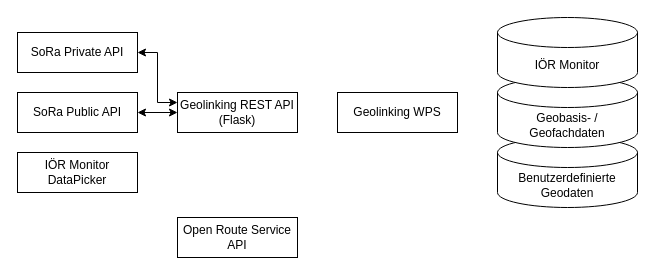
The draw.io diagram sora/sora_geolinking_network.drawio in traveller195/draw_io, before the edit. Source tidied: cells renumbered, new cells numbered last; positions are measured from the earlier drawing's top-left corner, leaving out a move shared by most shapes. Both pictures are drawn from the tidied source at 100%, with x=0, y=0 at pixel (17, 17).
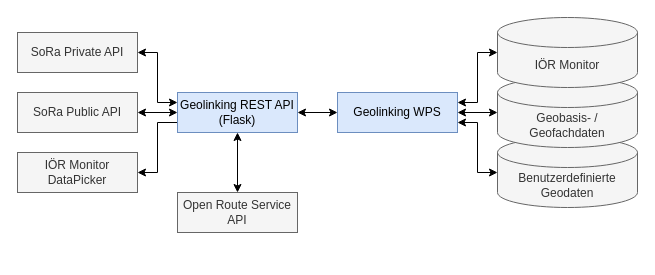
Above is the later version.

Diff of the diagram source:
```diff
@@
 <mxGraphModel>
   <root>
     <mxCell id="0" />
     <mxCell id="1" parent="0" />
-    <mxCell id="2" value="Benutzerdefinierte Geodaten" style="shape=cylinder3;whiteSpace=wrap;html=1;boundedLbl=1;backgroundOutline=1;size=15;" parent="1" vertex="1">
+    <mxCell id="2" value="Benutzerdefinierte Geodaten" style="shape=cylinder3;whiteSpace=wrap;html=1;boundedLbl=1;backgroundOutline=1;size=15;fillColor=#f5f5f5;fontColor=#333333;strokeColor=#666666;" parent="1" vertex="1">
       <mxGeometry x="480" y="120" width="140" height="70" as="geometry" />
     </mxCell>
     <mxCell id="3" style="edgeStyle=orthogonalEdgeStyle;rounded=0;jettySize=auto;html=1;exitX=1;exitY=0.5;exitDx=0;exitDy=0;entryX=0;entryY=0.25;entryDx=0;entryDy=0;startArrow=classic;startFill=1;" parent="1" edge="1" source="4" target="9">
       <mxGeometry relative="1" as="geometry" />
     </mxCell>
-    <mxCell id="4" value="SoRa Private API" style="rounded=0;whiteSpace=wrap;html=1;" parent="1" vertex="1">
+    <mxCell id="4" value="SoRa Private API" style="rounded=0;whiteSpace=wrap;html=1;fillColor=#f5f5f5;fontColor=#333333;strokeColor=#666666;" parent="1" vertex="1">
       <mxGeometry y="15" width="120" height="40" as="geometry" />
     </mxCell>
     <mxCell id="5" style="edgeStyle=orthogonalEdgeStyle;rounded=0;jettySize=auto;html=1;exitX=1;exitY=0.5;exitDx=0;exitDy=0;entryX=0;entryY=0.5;entryDx=0;entryDy=0;startArrow=classic;startFill=1;" parent="1" edge="1" source="6" target="9">
       <mxGeometry relative="1" as="geometry" />
     </mxCell>
-    <mxCell id="6" value="SoRa Public API" style="rounded=0;whiteSpace=wrap;html=1;" parent="1" vertex="1">
+    <mxCell id="6" value="SoRa Public API" style="rounded=0;whiteSpace=wrap;html=1;fillColor=#f5f5f5;fontColor=#333333;strokeColor=#666666;" parent="1" vertex="1">
       <mxGeometry y="75" width="120" height="40" as="geometry" />
     </mxCell>
-    <mxCell id="7" value="IÖR Monitor DataPicker" style="rounded=0;whiteSpace=wrap;html=1;" parent="1" vertex="1">
+    <mxCell id="7" value="IÖR Monitor DataPicker" style="rounded=0;whiteSpace=wrap;html=1;fillColor=#f5f5f5;fontColor=#333333;strokeColor=#666666;" parent="1" vertex="1">
       <mxGeometry y="135" width="120" height="40" as="geometry" />
     </mxCell>
-    <mxCell id="8" value="Open Route Service API" style="rounded=0;whiteSpace=wrap;html=1;" parent="1" vertex="1">
-      <mxGeometry x="160" y="200" width="120" height="40" as="geometry" />
+    <mxCell id="8" value="Open Route Service API" style="rounded=0;whiteSpace=wrap;html=1;fillColor=#f5f5f5;fontColor=#333333;strokeColor=#666666;" parent="1" vertex="1">
+      <mxGeometry x="160" y="175" width="120" height="40" as="geometry" />
     </mxCell>
+    <mxCell id="13" style="edgeStyle=orthogonalEdgeStyle;rounded=0;jettySize=auto;html=1;exitX=0;exitY=0.75;exitDx=0;exitDy=0;entryX=1;entryY=0.5;entryDx=0;entryDy=0;" parent="1" edge="1" source="9" target="7">
+      <mxGeometry relative="1" as="geometry" />
+    </mxCell>
+    <mxCell id="14" style="edgeStyle=orthogonalEdgeStyle;rounded=0;jettySize=auto;html=1;exitX=1;exitY=0.5;exitDx=0;exitDy=0;entryX=0;entryY=0.5;entryDx=0;entryDy=0;startArrow=classic;startFill=1;" parent="1" edge="1" source="9" target="10">
+      <mxGeometry relative="1" as="geometry" />
+    </mxCell>
+    <mxCell id="15" style="edgeStyle=orthogonalEdgeStyle;rounded=0;jettySize=auto;html=1;exitX=0.5;exitY=1;exitDx=0;exitDy=0;entryX=0.5;entryY=0;entryDx=0;entryDy=0;startArrow=classic;startFill=1;" parent="1" edge="1" source="9" target="8">
+      <mxGeometry relative="1" as="geometry" />
+    </mxCell>
-    <mxCell id="9" value="Geolinking REST API (Flask)" style="rounded=0;whiteSpace=wrap;html=1;" parent="1" vertex="1">
+    <mxCell id="9" value="Geolinking REST API (Flask)" style="rounded=0;whiteSpace=wrap;html=1;fillColor=#dae8fc;strokeColor=#6c8ebf;" parent="1" vertex="1">
       <mxGeometry x="160" y="75" width="120" height="40" as="geometry" />
     </mxCell>
-    <mxCell id="10" value="Geolinking WPS" style="rounded=0;whiteSpace=wrap;html=1;" parent="1" vertex="1">
+    <mxCell id="10" value="Geolinking WPS" style="rounded=0;whiteSpace=wrap;html=1;fillColor=#dae8fc;strokeColor=#6c8ebf;" parent="1" vertex="1">
       <mxGeometry x="320" y="75" width="120" height="40" as="geometry" />
     </mxCell>
-    <mxCell id="11" value="Geobasis- / Geofachdaten" style="shape=cylinder3;whiteSpace=wrap;html=1;boundedLbl=1;backgroundOutline=1;size=15;" parent="1" vertex="1">
+    <mxCell id="11" value="Geobasis- / Geofachdaten" style="shape=cylinder3;whiteSpace=wrap;html=1;boundedLbl=1;backgroundOutline=1;size=15;fillColor=#f5f5f5;fontColor=#333333;strokeColor=#666666;" parent="1" vertex="1">
       <mxGeometry x="480" y="60" width="140" height="70" as="geometry" />
     </mxCell>
+    <mxCell id="16" style="edgeStyle=orthogonalEdgeStyle;rounded=0;jettySize=auto;html=1;exitX=0;exitY=0.5;exitDx=0;exitDy=0;exitPerimeter=0;entryX=1;entryY=0.25;entryDx=0;entryDy=0;startArrow=classic;startFill=1;" parent="1" edge="1" source="12" target="10">
+      <mxGeometry relative="1" as="geometry" />
+    </mxCell>
-    <mxCell id="12" value="IÖR Monitor" style="shape=cylinder3;whiteSpace=wrap;html=1;boundedLbl=1;backgroundOutline=1;size=15;" parent="1" vertex="1">
+    <mxCell id="12" value="IÖR Monitor" style="shape=cylinder3;whiteSpace=wrap;html=1;boundedLbl=1;backgroundOutline=1;size=15;fillColor=#f5f5f5;fontColor=#333333;strokeColor=#666666;" parent="1" vertex="1">
       <mxGeometry x="480" width="140" height="70" as="geometry" />
     </mxCell>
+    <mxCell id="17" style="edgeStyle=orthogonalEdgeStyle;rounded=0;jettySize=auto;html=1;exitX=1;exitY=0.5;exitDx=0;exitDy=0;entryX=0;entryY=0.5;entryDx=0;entryDy=0;entryPerimeter=0;startArrow=classic;startFill=1;" parent="1" edge="1" source="10" target="11">
+      <mxGeometry relative="1" as="geometry" />
+    </mxCell>
+    <mxCell id="18" style="edgeStyle=orthogonalEdgeStyle;rounded=0;jettySize=auto;html=1;exitX=1;exitY=0.75;exitDx=0;exitDy=0;entryX=0;entryY=0.5;entryDx=0;entryDy=0;entryPerimeter=0;startArrow=classic;startFill=1;" parent="1" edge="1" source="10" target="2">
+      <mxGeometry relative="1" as="geometry" />
+    </mxCell>
   </root>
 </mxGraphModel>
```
